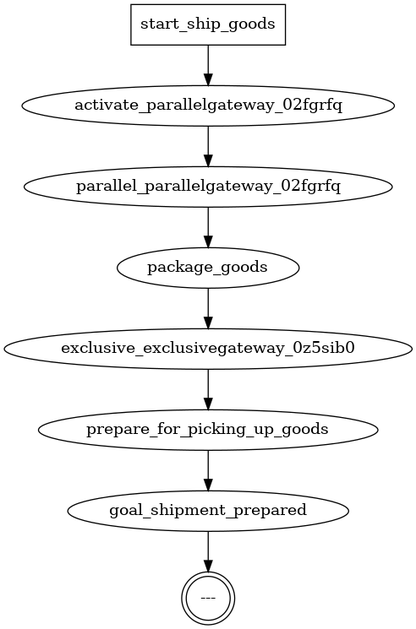
The Graphviz diagram dispatch_of_goods/not_flattened/graph.png in QuMuLab/bpmn-to-pddl-translation, before a commit. Its source is kept beside it as dispatch_of_goods/not_flattened/graph.dot.
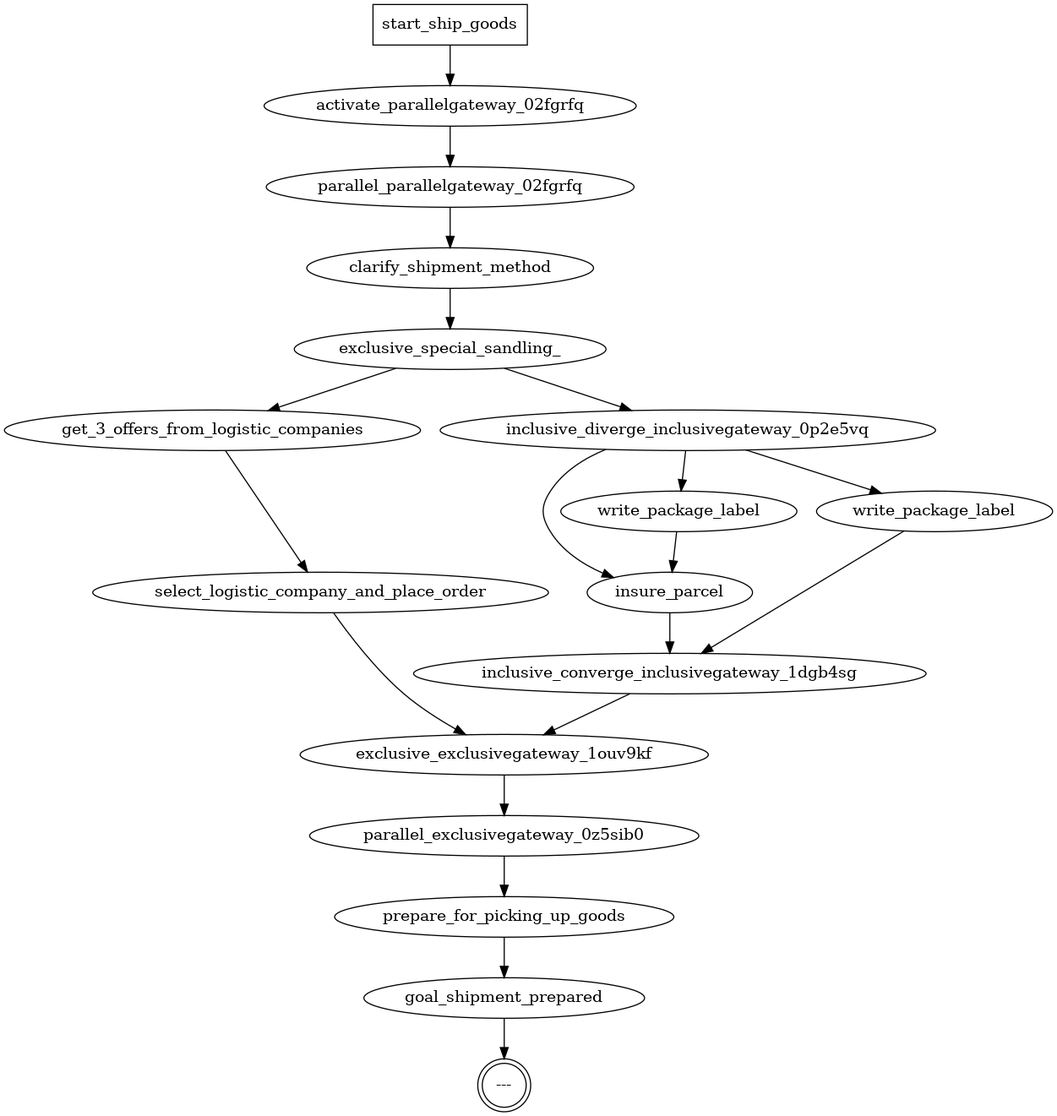
After the change.

Commit message:
testing inclusive gateway

The edit, as a diff of the source:
```diff
@@ -1,17 +1,38 @@
 digraph {
   0 [label="---", shape=doublecircle];
+  13 [label="insure_parcel"];
+  20 [label="write_package_label"];
+  27 [label="write_package_label"];
+  5 [label="select_logistic_company_and_place_order"];
+  6 [label="get_3_offers_from_logistic_companies"];
   1 [label="goal_shipment_prepared"];
   2 [label="prepare_for_picking_up_goods"];
-  3 [label="exclusive_exclusivegateway_0z5sib0"];
-  4 [label="package_goods"];
-  5 [label="parallel_parallelgateway_02fgrfq"];
-  6 [label="activate_parallelgateway_02fgrfq"];
-  7 [label="start_ship_goods", shape=box];
+  3 [label="parallel_exclusivegateway_0z5sib0"];
+  4 [label="exclusive_exclusivegateway_1ouv9kf"];
+  22 [label="exclusive_special_sandling_"];
+  12 [label="inclusive_converge_inclusivegateway_1dgb4sg"];
+  24 [label="parallel_parallelgateway_02fgrfq"];
+  26 [label="start_ship_goods", shape=box];
+  21 [label="inclusive_diverge_inclusivegateway_0p2e5vq"];
+  23 [label="clarify_shipment_method"];
+  25 [label="activate_parallelgateway_02fgrfq"];
+  13 -> 12;
+  20 -> 12;
+  27 -> 13;
+  5 -> 4;
+  6 -> 5;
   1 -> 0;
   2 -> 1;
   3 -> 2;
   4 -> 3;
-  5 -> 4;
-  6 -> 5;
-  7 -> 6;
+  22 -> 21;
+  22 -> 6;
+  12 -> 4;
+  24 -> 23;
+  26 -> 25;
+  21 -> 27;
+  21 -> 13;
+  21 -> 20;
+  23 -> 22;
+  25 -> 24;
 }
```
